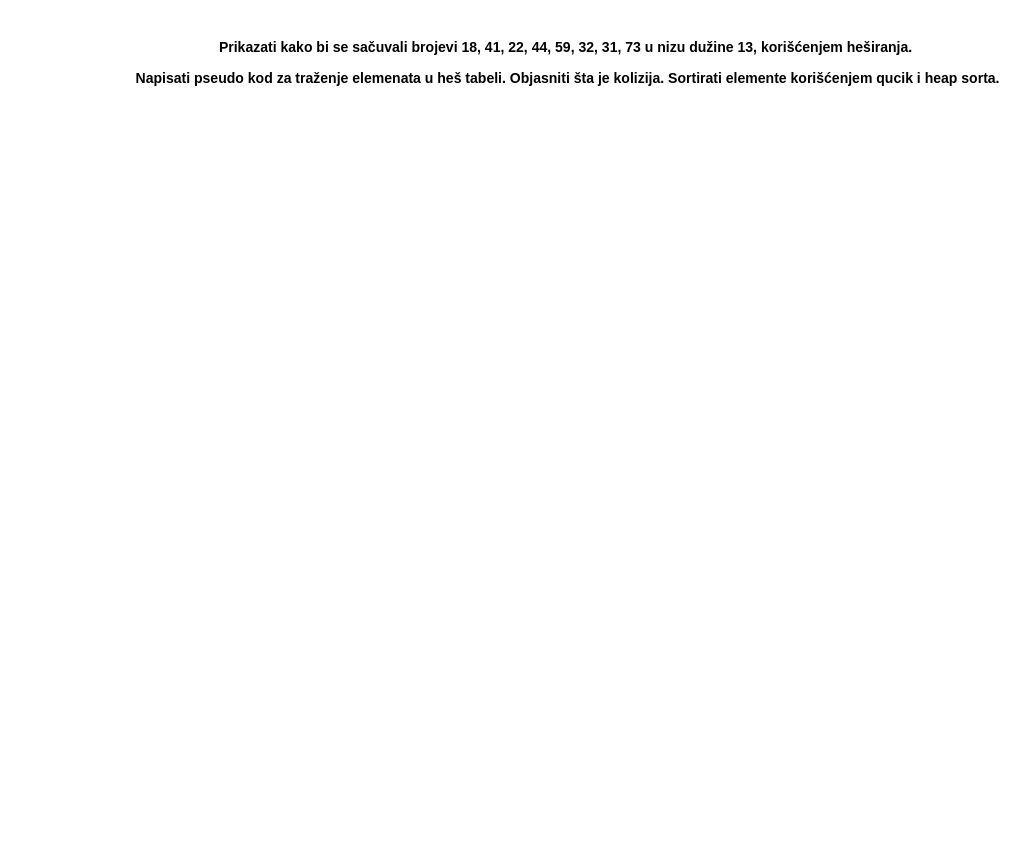
Before: Septembar 2023/4.drawio in Erten00/AISP, a draw.io diagram. Source tidied: cells renumbered, new cells numbered last; positions are measured from the earlier drawing's top-left corner, leaving out a move shared by most shapes. Both pictures are drawn from the tidied source at 100%, with x=0, y=0 at pixel (122, 17).
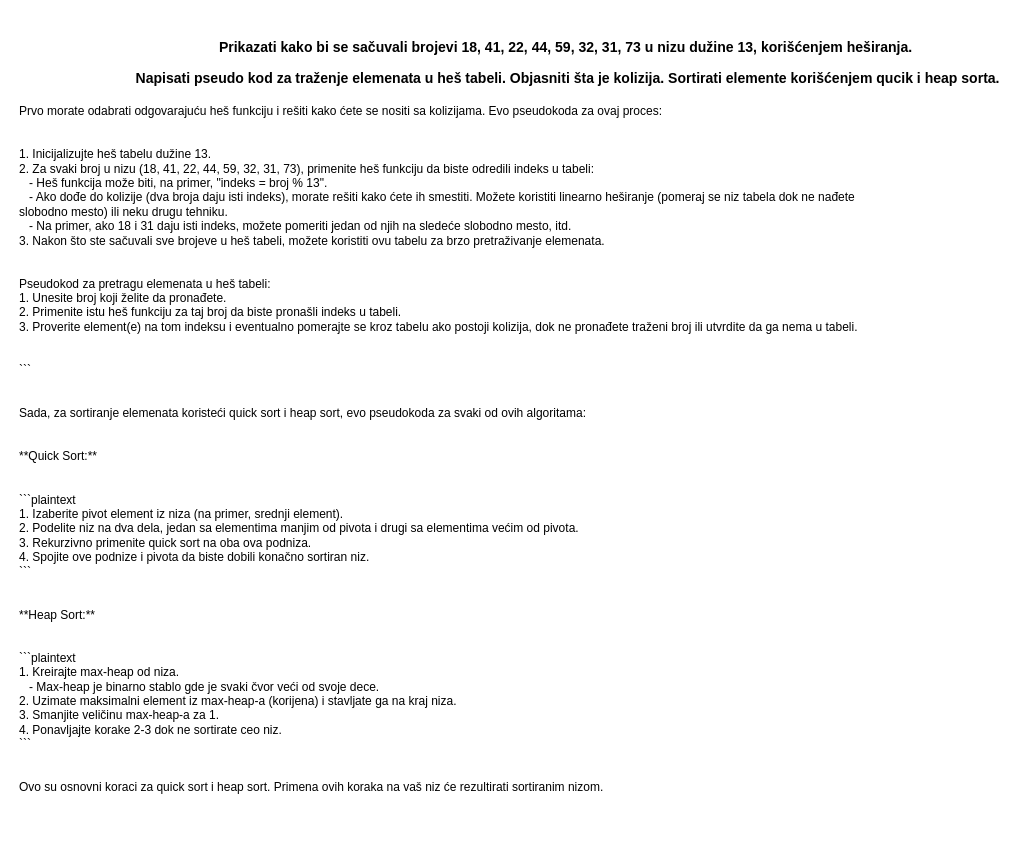
The same diagram, later.

Diff of the diagram source:
````diff
@@
 <mxGraphModel>
   <root>
     <mxCell id="0" />
     <mxCell id="1" parent="0" />
     <mxCell id="2" value="&lt;h3&gt;Prikazati kako bi se sačuvali brojevi 18, 41, 22, 44, 59, 32, 31, 73 u nizu dužine 13, korišćenjem heširanja.&amp;nbsp;&lt;/h3&gt;&lt;h3&gt;Napisati pseudo kod za traženje elemenata u heš tabeli. Objasniti šta je kolizija. Sortirati elemente korišćenjem qucik i heap sorta.&lt;/h3&gt;" style="text;html=1;align=center;verticalAlign=middle;strokeColor=none;fillColor=none;" parent="1" vertex="1">
       <mxGeometry width="890" height="90" as="geometry" />
     </mxCell>
+    <mxCell id="3" value="Prvo morate odabrati odgovarajuću heš funkciju i rešiti kako ćete se nositi sa kolizijama. Evo pseudokoda za ovaj proces:&lt;br&gt;&lt;br&gt;&lt;br&gt;1. Inicijalizujte heš tabelu dužine 13.&lt;br&gt;2. Za svaki broj u nizu (18, 41, 22, 44, 59, 32, 31, 73), primenite heš funkciju da biste odredili indeks u tabeli:&lt;br&gt;&amp;nbsp; &amp;nbsp;- Heš funkcija može biti, na primer, &quot;indeks = broj % 13&quot;.&lt;br&gt;&amp;nbsp; &amp;nbsp;- Ako dođe do kolizije (dva broja daju isti indeks), morate rešiti kako ćete ih smestiti. Možete koristiti linearno heširanje (pomeraj se niz tabela dok ne nađete slobodno mesto) ili neku drugu tehniku.&lt;br&gt;&amp;nbsp; &amp;nbsp;- Na primer, ako 18 i 31 daju isti indeks, možete pomeriti jedan od njih na sledeće slobodno mesto, itd.&lt;br&gt;3. Nakon što ste sačuvali sve brojeve u heš tabeli, možete koristiti ovu tabelu za brzo pretraživanje elemenata.&lt;br&gt;&lt;br&gt;&lt;br&gt;Pseudokod za pretragu elemenata u heš tabeli:&lt;br&gt;1. Unesite broj koji želite da pronađete.&lt;br&gt;2. Primenite istu heš funkciju za taj broj da biste pronašli indeks u tabeli.&lt;br&gt;3. Proverite element(e) na tom indeksu i eventualno pomerajte se kroz tabelu ako postoji kolizija, dok ne pronađete traženi broj ili utvrdite da ga nema u tabeli.&lt;br&gt;&lt;br&gt;&lt;br&gt;```&lt;br&gt;&lt;br&gt;&lt;br&gt;Sada, za sortiranje elemenata koristeći quick sort i heap sort, evo pseudokoda za svaki od ovih algoritama:&lt;br&gt;&lt;br&gt;&lt;br&gt;**Quick Sort:**&lt;br&gt;&lt;br&gt;&lt;br&gt;```plaintext&lt;br&gt;1. Izaberite pivot element iz niza (na primer, srednji element).&lt;br&gt;2. Podelite niz na dva dela, jedan sa elementima manjim od pivota i drugi sa elementima većim od pivota.&lt;br&gt;3. Rekurzivno primenite quick sort na oba ova podniza.&lt;br&gt;4. Spojite ove podnize i pivota da biste dobili konačno sortiran niz.&lt;br&gt;```&lt;br&gt;&lt;br&gt;&lt;br&gt;**Heap Sort:**&lt;br&gt;&lt;br&gt;&lt;br&gt;```plaintext&lt;br&gt;1. Kreirajte max-heap od niza.&lt;br&gt;&amp;nbsp; &amp;nbsp;- Max-heap je binarno stablo gde je svaki čvor veći od svoje dece.&lt;br&gt;2. Uzimate maksimalni element iz max-heap-a (korijena) i stavljate ga na kraj niza.&lt;br&gt;3. Smanjite veličinu max-heap-a za 1.&lt;br&gt;4. Ponavljajte korake 2-3 dok ne sortirate ceo niz.&lt;br&gt;```&lt;br&gt;&lt;br&gt;&lt;br&gt;Ovo su osnovni koraci za quick sort i heap sort. Primena ovih koraka na vaš niz će rezultirati sortiranim nizom." style="text;whiteSpace=wrap;html=1;" parent="1" vertex="1">
+      <mxGeometry x="-105" y="80" width="850" height="730" as="geometry" />
+    </mxCell>
   </root>
 </mxGraphModel>
````
